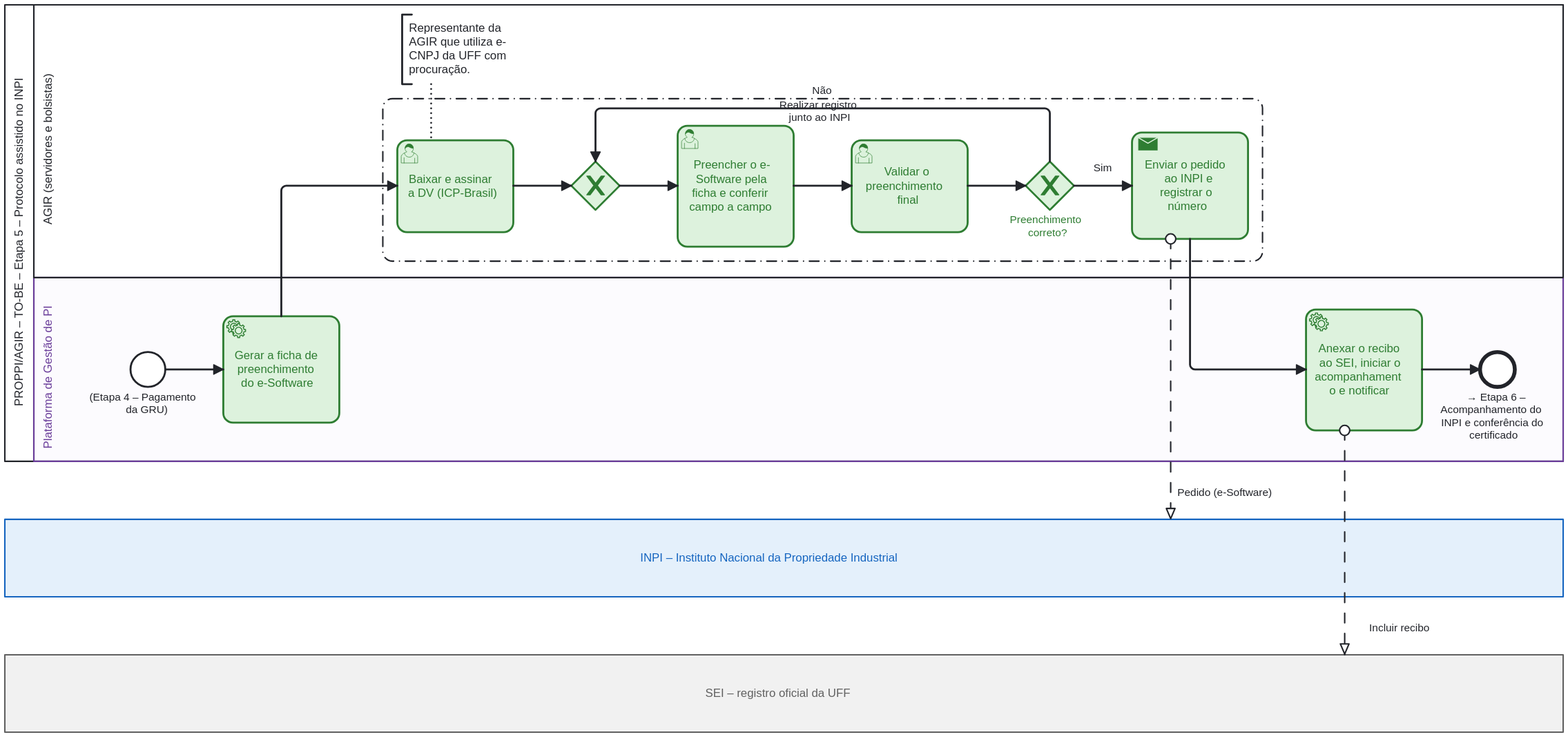
Earlier version of the BPMN export processos/registro-software/to-be/etapas/05-protocolo.svg (Amaro-peter/modelagem-bpmn-agir). Its source is kept beside it as processos/registro-software/to-be/etapas/05-protocolo.bpmn. Ids are renumbered.
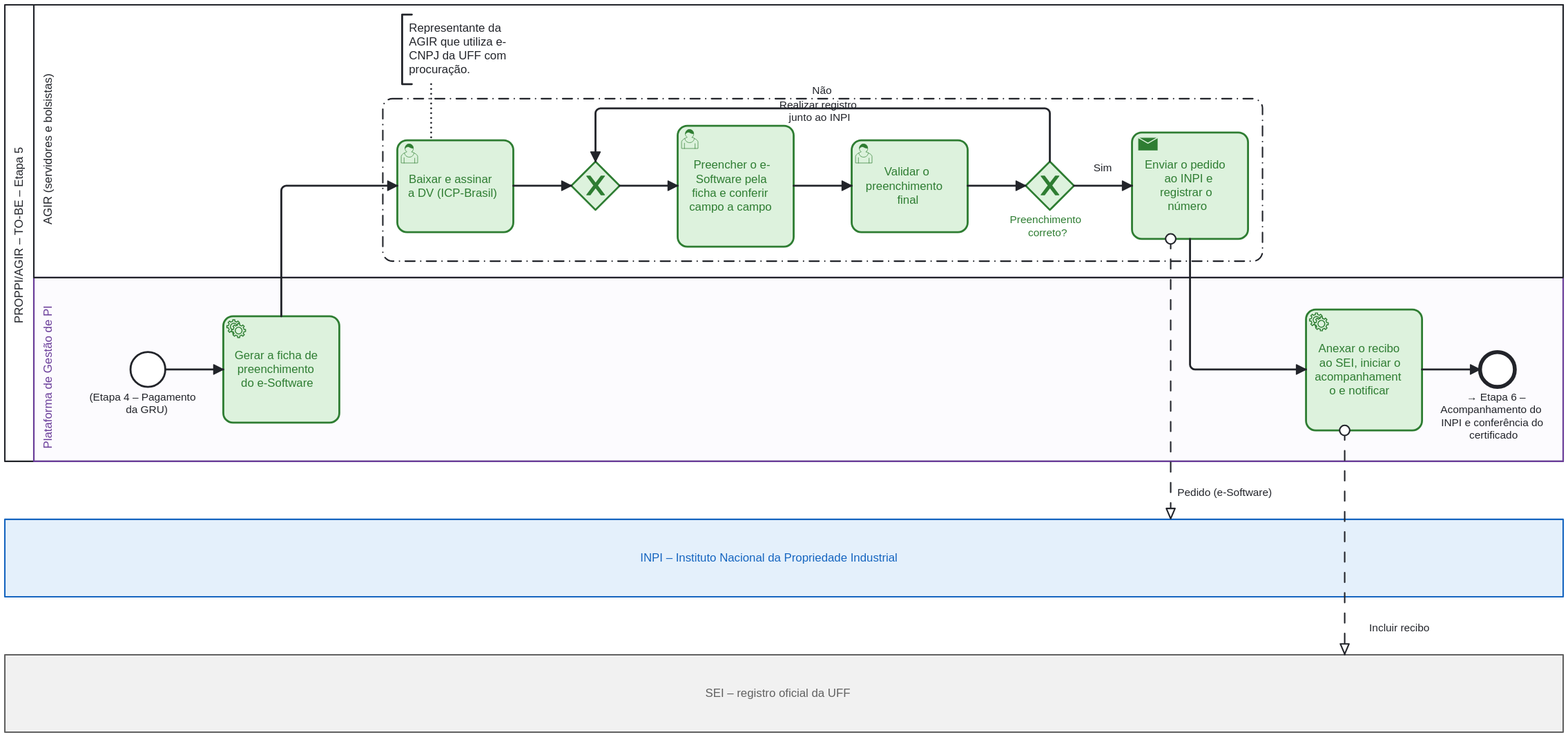
After the commit.

What changed in the source:
```diff
@@ -1,12 +1,12 @@
 <bpmn:definitions xmlns:bpmn="http://www.omg.org/spec/BPMN/20100524/MODEL" xmlns:bpmndi="http://www.omg.org/spec/BPMN/20100524/DI" xmlns:dc="http://www.omg.org/spec/DD/20100524/DC" xmlns:bioc="http://bpmn.io/schema/bpmn/biocolor/1.0" xmlns:color="http://www.omg.org/spec/BPMN/non-normative/color/1.0" xmlns:di="http://www.omg.org/spec/DD/20100524/DI" id="Definitions_1" targetNamespace="http://bpmn.io/schema/bpmn">
   <bpmn:collaboration id="Collab_ToBe_Registro_Software_Etapa5">
-    <bpmn:participant id="Pool_PROPPI" name="PROPPI/AGIR – TO-BE – Etapa 5 – Protocolo assistido no INPI" processRef="ToBe_Registro_Software_Etapa5" />
+    <bpmn:participant id="Pool_PROPPI" name="PROPPI/AGIR – TO-BE – Etapa 5" processRef="ToBe_Registro_Software_Etapa5" />
     <bpmn:participant id="Pool_INPI" name="INPI – Instituto Nacional da Propriedade Industrial" />
     <bpmn:participant id="Pool_SEI" name="SEI – registro oficial da UFF" />
     <bpmn:messageFlow id="Msg_1" name="Incluir recibo" sourceRef="t_monit" targetRef="Pool_SEI" />
     <bpmn:messageFlow id="Msg_2" name="Pedido (e-Software)" sourceRef="t_envia" targetRef="Pool_INPI" />
   </bpmn:collaboration>
-  <bpmn:process id="ToBe_Registro_Software_Etapa5" name="PROPPI/AGIR – TO-BE – Etapa 5 – Protocolo assistido no INPI" isExecutable="false">
+  <bpmn:process id="ToBe_Registro_Software_Etapa5" name="PROPPI/AGIR – TO-BE – Etapa 5" isExecutable="false">
     <bpmn:laneSet id="ToBe_Registro_Software_Etapa5_lanes">
       <bpmn:lane id="L_AGIR" name="AGIR (servidores e bolsistas)">
         <bpmn:flowNodeRef>t_dv</bpmn:flowNodeRef>
```
